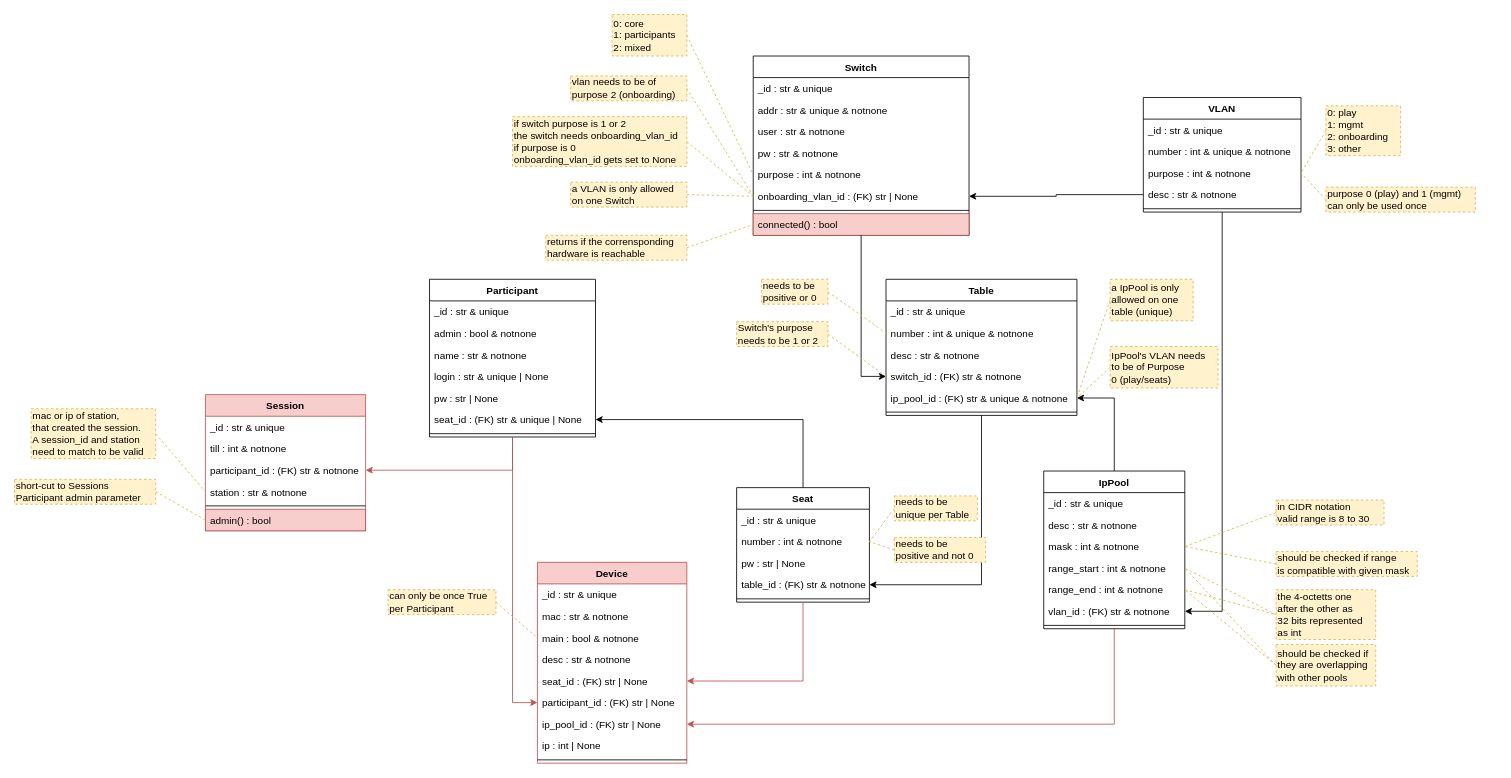
nils-ost/LanPartyOnboardingSystem keeps this draw.io diagram as docs/elements_classes.drawio. Above is the earlier version. Source tidied: cells renumbered, new cells numbered last; positions are measured from the earlier drawing's top-left corner, leaving out a move shared by most shapes. Both pictures are drawn from the tidied source at 83%, with x=0, y=0 at pixel (14, 14).
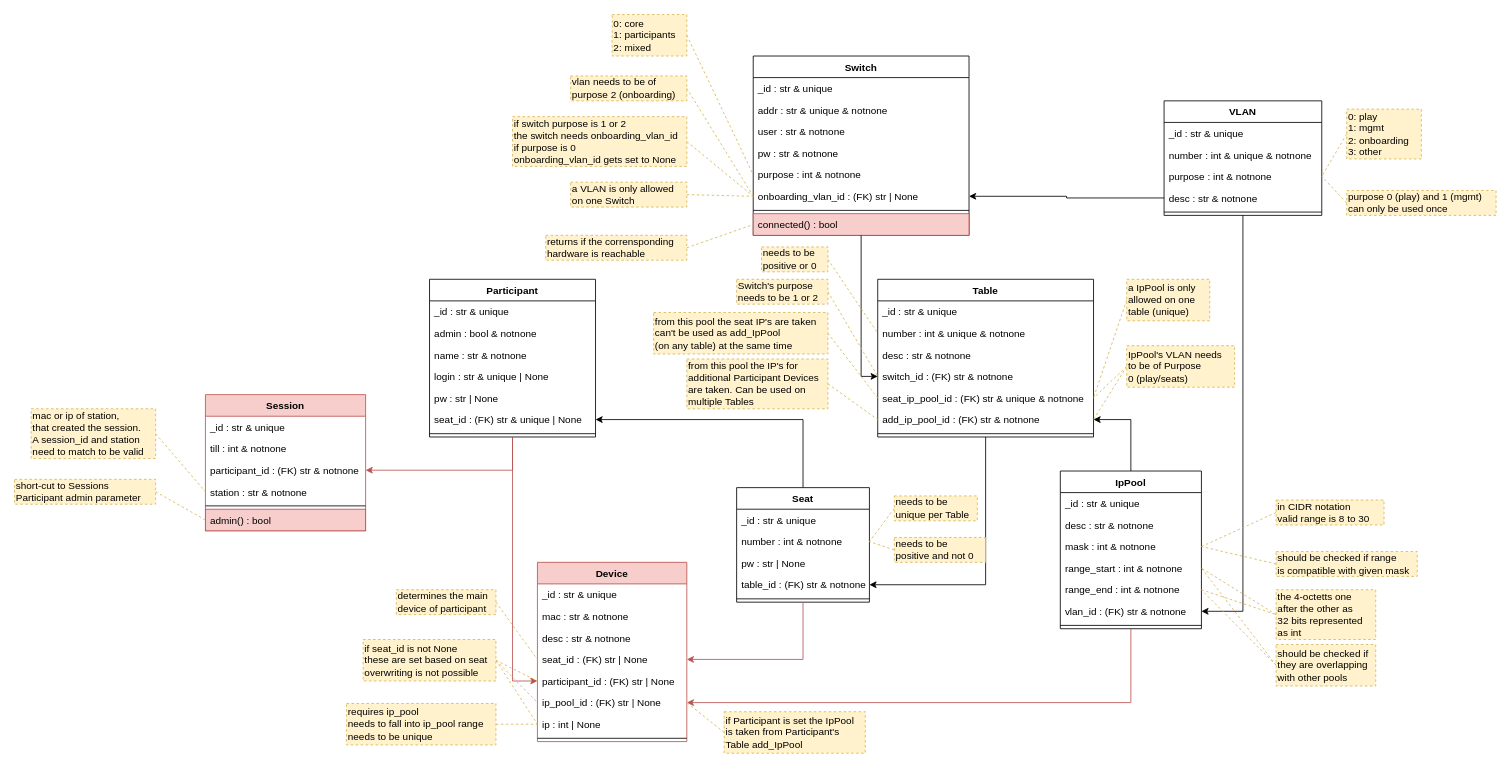
Above is the later version.

Commit message (it also covers changes not shown here):
added add_ip_pool_id to Tables

What changed in the source:
```diff
@@
     <mxCell id="3" value="VLAN" style="swimlane;fontStyle=1;align=center;verticalAlign=top;horizontal=1;startSize=26;" parent="1" vertex="1">
-      <mxGeometry x="1360" y="100" width="190" height="138" as="geometry" />
+      <mxGeometry x="1385" y="104" width="190" height="138" as="geometry" />
     </mxCell>
@@
     <mxCell id="21" value="0: play&lt;br&gt;1: mgmt&lt;br&gt;2: onboarding&lt;br&gt;3: other" style="rounded=0;whiteSpace=wrap;html=1;fillColor=#fff2cc;strokeColor=#d6b656;dashed=1;align=left;verticalAlign=middle;horizontal=1;labelPosition=center;verticalLabelPosition=middle;" parent="1" vertex="1">
-      <mxGeometry x="1580" y="110" width="90" height="60" as="geometry" />
+      <mxGeometry x="1605" y="114" width="90" height="60" as="geometry" />
     </mxCell>
@@
     <mxCell id="23" value="Table" style="swimlane;fontStyle=1;align=center;verticalAlign=top;horizontal=1;startSize=26;" parent="1" vertex="1">
-      <mxGeometry x="1050" y="319" width="230" height="164" as="geometry" />
+      <mxGeometry x="1040" y="319" width="260" height="190" as="geometry" />
     </mxCell>
     <mxCell id="24" value="_id : str &amp; unique" style="text;strokeColor=none;fillColor=none;align=left;verticalAlign=top;spacingLeft=4;spacingRight=4;overflow=hidden;dashed=1;" parent="23" vertex="1">
-      <mxGeometry y="26" width="230" height="26" as="geometry" />
+      <mxGeometry y="26" width="260" height="26" as="geometry" />
     </mxCell>
     <mxCell id="25" value="number : int &amp; unique &amp; notnone" style="text;align=left;verticalAlign=top;spacingLeft=4;spacingRight=4;overflow=hidden;points=[[0,0.5],[1,0.5]];portConstraint=eastwest;dashed=1;" parent="23" vertex="1">
-      <mxGeometry y="52" width="230" height="26" as="geometry" />
+      <mxGeometry y="52" width="260" height="26" as="geometry" />
     </mxCell>
     <mxCell id="26" value="desc : str &amp; notnone" style="text;strokeColor=none;fillColor=none;align=left;verticalAlign=top;spacingLeft=4;spacingRight=4;overflow=hidden;dashed=1;" parent="23" vertex="1">
-      <mxGeometry y="78" width="230" height="26" as="geometry" />
+      <mxGeometry y="78" width="260" height="26" as="geometry" />
     </mxCell>
     <mxCell id="27" value="switch_id : (FK) str &amp; notnone" style="text;strokeColor=none;fillColor=none;align=left;verticalAlign=top;spacingLeft=4;spacingRight=4;overflow=hidden;points=[[0,0.5],[1,0.5]];portConstraint=eastwest;dashed=1;" parent="23" vertex="1">
-      <mxGeometry y="104" width="230" height="26" as="geometry" />
+      <mxGeometry y="104" width="260" height="26" as="geometry" />
     </mxCell>
+    <mxCell id="115" value="seat_ip_pool_id : (FK) str &amp; unique &amp; notnone" style="text;strokeColor=none;fillColor=none;align=left;verticalAlign=top;spacingLeft=4;spacingRight=4;overflow=hidden;points=[[0,0.5],[1,0.5]];portConstraint=eastwest;dashed=1;" parent="23" vertex="1">
+      <mxGeometry y="130" width="260" height="26" as="geometry" />
+    </mxCell>
-    <mxCell id="28" value="ip_pool_id : (FK) str &amp; unique &amp; notnone" style="text;strokeColor=none;fillColor=none;align=left;verticalAlign=top;spacingLeft=4;spacingRight=4;overflow=hidden;points=[[0,0.5],[1,0.5]];portConstraint=eastwest;dashed=1;" parent="23" vertex="1">
-      <mxGeometry y="130" width="230" height="26" as="geometry" />
+    <mxCell id="28" value="add_ip_pool_id : (FK) str &amp; notnone" style="text;align=left;verticalAlign=top;spacingLeft=4;spacingRight=4;overflow=hidden;points=[[0,0.5],[1,0.5]];portConstraint=eastwest;dashed=1;" parent="23" vertex="1">
+      <mxGeometry y="156" width="260" height="26" as="geometry" />
     </mxCell>
     <mxCell id="29" style="line;strokeWidth=1;fillColor=none;align=left;verticalAlign=middle;spacingTop=-1;spacingLeft=3;spacingRight=3;labelPosition=right;" parent="23" vertex="1">
-      <mxGeometry y="156" width="230" height="8" as="geometry" />
+      <mxGeometry y="182" width="260" height="8" as="geometry" />
     </mxCell>
@@
     <mxCell id="32" value="IpPool" style="swimlane;fontStyle=1;align=center;verticalAlign=top;horizontal=1;startSize=26;" parent="1" vertex="1">
-      <mxGeometry x="1240" y="550" width="170" height="190" as="geometry" />
+      <mxGeometry x="1260" y="550" width="170" height="190" as="geometry" />
     </mxCell>
@@
     <mxCell id="59" value="Device" style="swimlane;fontStyle=1;align=center;verticalAlign=top;horizontal=1;startSize=26;fillColor=#f8cecc;strokeColor=#b85450;" parent="1" vertex="1">
-      <mxGeometry x="630" y="660" width="180" height="242" as="geometry" />
+      <mxGeometry x="630" y="660" width="180" height="216" as="geometry" />
     </mxCell>
@@
-    <mxCell id="62" value="main : bool &amp; notnone" style="text;strokeColor=none;fillColor=none;align=left;verticalAlign=top;spacingLeft=4;spacingRight=4;overflow=hidden;points=[[0,0.5],[1,0.5]];portConstraint=eastwest;" parent="59" vertex="1">
-      <mxGeometry y="78" width="180" height="26" as="geometry" />
-    </mxCell>
     <mxCell id="63" value="desc : str &amp; notnone" style="text;strokeColor=none;fillColor=none;align=left;verticalAlign=top;spacingLeft=4;spacingRight=4;overflow=hidden;" parent="59" vertex="1">
-      <mxGeometry y="104" width="180" height="26" as="geometry" />
+      <mxGeometry y="78" width="180" height="26" as="geometry" />
     </mxCell>
     <mxCell id="64" value="seat_id : (FK) str | None" style="text;strokeColor=none;fillColor=none;align=left;verticalAlign=top;spacingLeft=4;spacingRight=4;overflow=hidden;points=[[0,0.5],[1,0.5]];portConstraint=eastwest;" parent="59" vertex="1">
-      <mxGeometry y="130" width="180" height="26" as="geometry" />
+      <mxGeometry y="104" width="180" height="26" as="geometry" />
     </mxCell>
     <mxCell id="65" value="participant_id : (FK) str | None" style="text;strokeColor=none;fillColor=none;align=left;verticalAlign=top;spacingLeft=4;spacingRight=4;overflow=hidden;points=[[0,0.5],[1,0.5]];portConstraint=eastwest;" parent="59" vertex="1">
-      <mxGeometry y="156" width="180" height="26" as="geometry" />
+      <mxGeometry y="130" width="180" height="26" as="geometry" />
     </mxCell>
     <mxCell id="66" value="ip_pool_id : (FK) str | None" style="text;strokeColor=none;fillColor=none;align=left;verticalAlign=top;spacingLeft=4;spacingRight=4;overflow=hidden;points=[[0,0.5],[1,0.5]];portConstraint=eastwest;" parent="59" vertex="1">
-      <mxGeometry y="182" width="180" height="26" as="geometry" />
+      <mxGeometry y="156" width="180" height="26" as="geometry" />
     </mxCell>
     <mxCell id="67" value="ip : int | None" style="text;strokeColor=none;fillColor=none;align=left;verticalAlign=top;spacingLeft=4;spacingRight=4;overflow=hidden;points=[[0,0.5],[1,0.5]];portConstraint=eastwest;" parent="59" vertex="1">
-      <mxGeometry y="208" width="180" height="26" as="geometry" />
+      <mxGeometry y="182" width="180" height="26" as="geometry" />
     </mxCell>
     <mxCell id="68" style="line;strokeWidth=1;fillColor=none;align=left;verticalAlign=middle;spacingTop=-1;spacingLeft=3;spacingRight=3;labelPosition=right;" parent="59" vertex="1">
-      <mxGeometry y="234" width="180" height="8" as="geometry" />
+      <mxGeometry y="208" width="180" height="8" as="geometry" />
     </mxCell>
@@
     <mxCell id="73" value="purpose 0 (play) and 1 (mgmt)&lt;br&gt;can only be used once" style="rounded=0;whiteSpace=wrap;html=1;fillColor=#fff2cc;strokeColor=#d6b656;dashed=1;align=left;verticalAlign=middle;horizontal=1;labelPosition=center;verticalLabelPosition=middle;" parent="1" vertex="1">
-      <mxGeometry x="1580" y="208" width="180" height="30" as="geometry" />
+      <mxGeometry x="1605" y="212" width="180" height="30" as="geometry" />
     </mxCell>
@@
-    <mxCell id="93" style="edgeStyle=none;rounded=0;jettySize=auto;html=1;exitX=0;exitY=0.5;exitDx=0;exitDy=0;entryX=1;entryY=0.5;entryDx=0;entryDy=0;dashed=1;endArrow=none;endFill=0;fillColor=#fff2cc;strokeColor=#d6b656;" parent="1" edge="1" source="94" target="28">
+    <mxCell id="93" style="edgeStyle=none;rounded=0;jettySize=auto;html=1;exitX=0;exitY=0.5;exitDx=0;exitDy=0;entryX=1;entryY=0.5;entryDx=0;entryDy=0;dashed=1;endArrow=none;endFill=0;fillColor=#fff2cc;strokeColor=#d6b656;" parent="1" edge="1" source="94" target="115">
       <mxGeometry relative="1" as="geometry" />
     </mxCell>
     <mxCell id="94" value="a IpPool is only &lt;br&gt;allowed on one&lt;br&gt;table (unique)" style="rounded=0;whiteSpace=wrap;html=1;fillColor=#fff2cc;strokeColor=#d6b656;dashed=1;align=left;verticalAlign=middle;horizontal=1;labelPosition=center;verticalLabelPosition=middle;" parent="1" vertex="1">
-      <mxGeometry x="1320" y="319" width="100" height="50" as="geometry" />
+      <mxGeometry x="1340" y="319" width="100" height="50" as="geometry" />
     </mxCell>
-    <mxCell id="95" style="edgeStyle=none;rounded=0;jettySize=auto;html=1;exitX=0;exitY=0.5;exitDx=0;exitDy=0;entryX=1;entryY=0.5;entryDx=0;entryDy=0;dashed=1;endArrow=none;endFill=0;fillColor=#fff2cc;strokeColor=#d6b656;" parent="1" edge="1" source="96" target="28">
+    <mxCell id="95" style="edgeStyle=none;rounded=0;jettySize=auto;html=1;exitX=0;exitY=0.5;exitDx=0;exitDy=0;entryX=1;entryY=0.5;entryDx=0;entryDy=0;dashed=1;endArrow=none;endFill=0;fillColor=#fff2cc;strokeColor=#d6b656;" parent="1" edge="1" source="96" target="115">
       <mxGeometry relative="1" as="geometry" />
     </mxCell>
+    <mxCell id="116" style="edgeStyle=none;rounded=0;jettySize=auto;html=1;exitX=0;exitY=0.5;exitDx=0;exitDy=0;entryX=1;entryY=0.5;entryDx=0;entryDy=0;dashed=1;endArrow=none;endFill=0;fillColor=#fff2cc;strokeColor=#d6b656;" parent="1" edge="1" source="96" target="28">
+      <mxGeometry relative="1" as="geometry" />
+    </mxCell>
     <mxCell id="96" value="IpPool's VLAN needs&lt;br&gt;to be of Purpose&lt;br&gt;0 (play/seats)" style="rounded=0;whiteSpace=wrap;html=1;fillColor=#fff2cc;strokeColor=#d6b656;dashed=1;align=left;verticalAlign=middle;horizontal=1;labelPosition=center;verticalLabelPosition=middle;" parent="1" vertex="1">
-      <mxGeometry x="1320" y="400" width="130" height="50" as="geometry" />
+      <mxGeometry x="1340" y="399" width="130" height="50" as="geometry" />
     </mxCell>
@@
     <mxCell id="106" value="Switch's purpose&lt;br&gt;needs to be 1 or 2" style="rounded=0;whiteSpace=wrap;html=1;fillColor=#fff2cc;strokeColor=#d6b656;dashed=1;align=left;verticalAlign=middle;horizontal=1;labelPosition=center;verticalLabelPosition=middle;" parent="1" vertex="1">
-      <mxGeometry x="870" y="370" width="110" height="30" as="geometry" />
+      <mxGeometry x="870" y="319" width="110" height="30" as="geometry" />
     </mxCell>
@@
     <mxCell id="110" value="needs to be&lt;br&gt;positive or 0" style="rounded=0;whiteSpace=wrap;html=1;fillColor=#fff2cc;strokeColor=#d6b656;dashed=1;align=left;verticalAlign=middle;horizontal=1;labelPosition=center;verticalLabelPosition=middle;" parent="1" vertex="1">
-      <mxGeometry x="900" y="319" width="80" height="30" as="geometry" />
+      <mxGeometry x="900" y="280" width="80" height="30" as="geometry" />
     </mxCell>
@@
-    <mxCell id="113" style="rounded=0;jettySize=auto;html=1;exitX=1;exitY=0.5;exitDx=0;exitDy=0;entryX=0;entryY=0.5;entryDx=0;entryDy=0;dashed=1;endArrow=none;endFill=0;fillColor=#fff2cc;strokeColor=#d6b656;" parent="1" edge="1" source="114" target="62">
-      <mxGeometry relative="1" as="geometry" />
-    </mxCell>
-    <mxCell id="114" value="can only be once True&lt;br&gt;per Participant" style="rounded=0;whiteSpace=wrap;html=1;fillColor=#fff2cc;strokeColor=#d6b656;dashed=1;align=left;verticalAlign=middle;horizontal=1;labelPosition=center;verticalLabelPosition=middle;" parent="1" vertex="1">
-      <mxGeometry x="450" y="693" width="130" height="30" as="geometry" />
-    </mxCell>
+    <mxCell id="117" style="rounded=0;jettySize=auto;html=1;exitX=1;exitY=0.5;exitDx=0;exitDy=0;entryX=0;entryY=0.5;entryDx=0;entryDy=0;dashed=1;endArrow=none;endFill=0;fillColor=#fff2cc;strokeColor=#d6b656;" parent="1" edge="1" source="120" target="65">
+      <mxGeometry relative="1" as="geometry" />
+    </mxCell>
+    <mxCell id="118" style="edgeStyle=none;rounded=0;jettySize=auto;html=1;exitX=1;exitY=0.5;exitDx=0;exitDy=0;entryX=0;entryY=0.5;entryDx=0;entryDy=0;dashed=1;endArrow=none;endFill=0;fillColor=#fff2cc;strokeColor=#d6b656;" parent="1" edge="1" source="120" target="66">
+      <mxGeometry relative="1" as="geometry" />
+    </mxCell>
+    <mxCell id="119" style="edgeStyle=none;rounded=0;jettySize=auto;html=1;exitX=1;exitY=0.5;exitDx=0;exitDy=0;entryX=0;entryY=0.5;entryDx=0;entryDy=0;dashed=1;endArrow=none;endFill=0;fillColor=#fff2cc;strokeColor=#d6b656;" parent="1" edge="1" source="120" target="67">
+      <mxGeometry relative="1" as="geometry" />
+    </mxCell>
+    <mxCell id="120" value="if seat_id is not None&lt;br&gt;these are set based on seat&lt;br&gt;overwriting is not possible" style="rounded=0;whiteSpace=wrap;html=1;fillColor=#fff2cc;strokeColor=#d6b656;dashed=1;align=left;verticalAlign=middle;horizontal=1;labelPosition=center;verticalLabelPosition=middle;" parent="1" vertex="1">
+      <mxGeometry x="420" y="753" width="160" height="50" as="geometry" />
+    </mxCell>
+    <mxCell id="121" style="edgeStyle=none;rounded=0;jettySize=auto;html=1;exitX=1;exitY=0.5;exitDx=0;exitDy=0;entryX=0;entryY=0.5;entryDx=0;entryDy=0;dashed=1;endArrow=none;endFill=0;fillColor=#fff2cc;strokeColor=#d6b656;" parent="1" edge="1" source="122" target="67">
+      <mxGeometry relative="1" as="geometry" />
+    </mxCell>
+    <mxCell id="122" value="requires ip_pool&lt;br&gt;needs to fall into ip_pool range&lt;br&gt;needs to be unique" style="rounded=0;whiteSpace=wrap;html=1;fillColor=#fff2cc;strokeColor=#d6b656;dashed=1;align=left;verticalAlign=middle;horizontal=1;labelPosition=center;verticalLabelPosition=middle;" parent="1" vertex="1">
+      <mxGeometry x="400" y="830" width="180" height="50" as="geometry" />
+    </mxCell>
+    <mxCell id="123" style="edgeStyle=none;rounded=0;jettySize=auto;html=1;exitX=1;exitY=0.5;exitDx=0;exitDy=0;entryX=0;entryY=0.5;entryDx=0;entryDy=0;dashed=1;endArrow=none;endFill=0;fillColor=#fff2cc;strokeColor=#d6b656;" parent="1" edge="1" source="124" target="64">
+      <mxGeometry relative="1" as="geometry" />
+    </mxCell>
+    <mxCell id="124" value="determines the main&lt;br&gt;device of participant" style="rounded=0;whiteSpace=wrap;html=1;fillColor=#fff2cc;strokeColor=#d6b656;dashed=1;align=left;verticalAlign=middle;horizontal=1;labelPosition=center;verticalLabelPosition=middle;" parent="1" vertex="1">
+      <mxGeometry x="460" y="693" width="120" height="30" as="geometry" />
+    </mxCell>
+    <mxCell id="125" style="edgeStyle=none;rounded=0;jettySize=auto;html=1;exitX=1;exitY=0.5;exitDx=0;exitDy=0;entryX=0;entryY=0.5;entryDx=0;entryDy=0;dashed=1;endArrow=none;endFill=0;fillColor=#fff2cc;strokeColor=#d6b656;" parent="1" edge="1" source="126" target="115">
+      <mxGeometry relative="1" as="geometry" />
+    </mxCell>
+    <mxCell id="126" value="from this pool the seat IP's are taken&lt;br&gt;can't be used as add_IpPool&lt;br&gt;(on any table) at the same time" style="rounded=0;whiteSpace=wrap;html=1;fillColor=#fff2cc;strokeColor=#d6b656;dashed=1;align=left;verticalAlign=middle;horizontal=1;labelPosition=center;verticalLabelPosition=middle;" parent="1" vertex="1">
+      <mxGeometry x="770" y="359" width="210" height="50" as="geometry" />
+    </mxCell>
+    <mxCell id="127" style="edgeStyle=none;rounded=0;jettySize=auto;html=1;exitX=1;exitY=0.5;exitDx=0;exitDy=0;entryX=0;entryY=0.5;entryDx=0;entryDy=0;dashed=1;endArrow=none;endFill=0;fillColor=#fff2cc;strokeColor=#d6b656;" parent="1" edge="1" source="128" target="28">
+      <mxGeometry relative="1" as="geometry" />
+    </mxCell>
+    <mxCell id="128" value="from this pool the IP's for &lt;br&gt;additional Participant Devices&lt;br&gt;are taken. Can be used on&lt;br&gt;multiple Tables" style="rounded=0;whiteSpace=wrap;html=1;fillColor=#fff2cc;strokeColor=#d6b656;dashed=1;align=left;verticalAlign=middle;horizontal=1;labelPosition=center;verticalLabelPosition=middle;" parent="1" vertex="1">
+      <mxGeometry x="810" y="415" width="170" height="60" as="geometry" />
+    </mxCell>
+    <mxCell id="129" style="edgeStyle=none;rounded=0;jettySize=auto;html=1;exitX=0;exitY=0.5;exitDx=0;exitDy=0;entryX=1;entryY=0.5;entryDx=0;entryDy=0;dashed=1;endArrow=none;endFill=0;fillColor=#fff2cc;strokeColor=#d6b656;" parent="1" edge="1" source="130" target="66">
+      <mxGeometry relative="1" as="geometry" />
+    </mxCell>
+    <mxCell id="130" value="if Participant is set the IpPool&lt;br&gt;is taken from Participant's&lt;br&gt;Table add_IpPool" style="rounded=0;whiteSpace=wrap;html=1;fillColor=#fff2cc;strokeColor=#d6b656;dashed=1;align=left;verticalAlign=middle;horizontal=1;labelPosition=center;verticalLabelPosition=middle;" parent="1" vertex="1">
+      <mxGeometry x="855" y="840" width="170" height="50" as="geometry" />
+    </mxCell>
```
